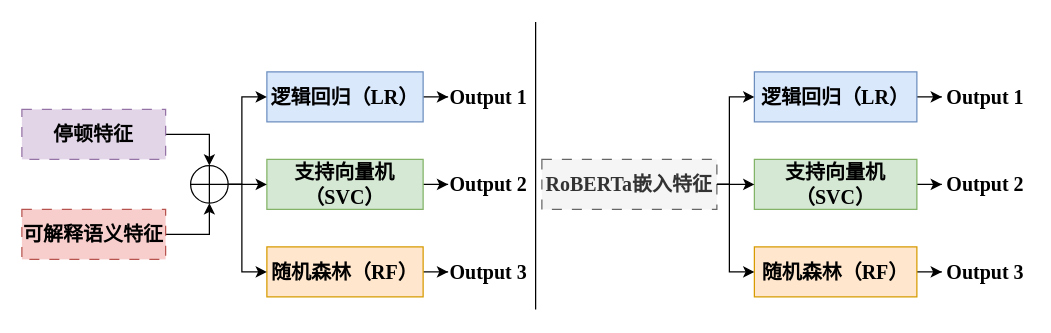
Gray-gl/Leetcode keeps this draw.io diagram as 机器学习模型.drawio. Above is the earlier version. Source tidied: cells renumbered, new cells numbered last; positions are measured from the earlier drawing's top-left corner, leaving out a move shared by most shapes. Both pictures are drawn from the tidied source at 125%, with x=0, y=0 at pixel (21, 21).
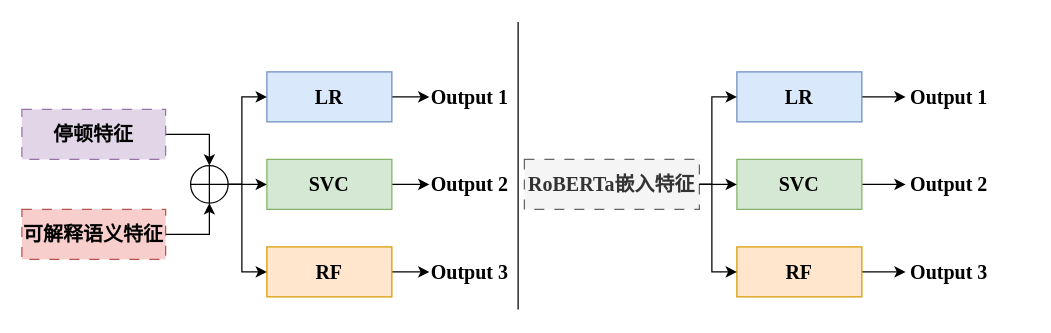
The same page after the edit.

Commit message:
更新机器学习模型.drawio

What changed in the source:
```diff
@@
-    <mxCell id="3" value="逻辑回归（LR）" style="rounded=0;whiteSpace=wrap;html=1;fontFamily=Times New Roman;fillColor=#dae8fc;strokeColor=#6c8ebf;fontStyle=1;fontSize=16;" parent="1" vertex="1">
-      <mxGeometry x="196" y="40" width="125" height="40" as="geometry" />
+    <mxCell id="3" value="LR" style="rounded=0;whiteSpace=wrap;html=1;fontFamily=Times New Roman;fillColor=#dae8fc;strokeColor=#6c8ebf;fontStyle=1;fontSize=16;" parent="1" vertex="1">
+      <mxGeometry x="196" y="40" width="100" height="40" as="geometry" />
     </mxCell>
@@
-    <mxCell id="5" value="支持向量机（SVC）" style="rounded=0;whiteSpace=wrap;html=1;fontFamily=Times New Roman;fillColor=#d5e8d4;strokeColor=#82b366;fontStyle=1;fontSize=16;" parent="1" vertex="1">
-      <mxGeometry x="196" y="110" width="125" height="40" as="geometry" />
+    <mxCell id="5" value="SVC" style="rounded=0;whiteSpace=wrap;html=1;fontFamily=Times New Roman;fillColor=#d5e8d4;strokeColor=#82b366;fontStyle=1;fontSize=16;" parent="1" vertex="1">
+      <mxGeometry x="196" y="110" width="100" height="40" as="geometry" />
     </mxCell>
@@
-    <mxCell id="7" value="随机森林（RF）" style="rounded=0;whiteSpace=wrap;html=1;fontFamily=Times New Roman;fillColor=#ffe6cc;strokeColor=#d79b00;fontStyle=1;fontSize=16;" parent="1" vertex="1">
-      <mxGeometry x="196" y="180" width="125" height="40" as="geometry" />
+    <mxCell id="7" value="RF" style="rounded=0;whiteSpace=wrap;html=1;fontFamily=Times New Roman;fillColor=#ffe6cc;strokeColor=#d79b00;fontStyle=1;fontSize=16;" parent="1" vertex="1">
+      <mxGeometry x="196" y="180" width="100" height="40" as="geometry" />
     </mxCell>
@@
-    <mxCell id="17" value="逻辑回归（LR）" style="rounded=0;whiteSpace=wrap;html=1;fontFamily=Times New Roman;fillColor=#dae8fc;strokeColor=#6c8ebf;fontStyle=1;fontSize=16;" parent="1" vertex="1">
-      <mxGeometry x="586" y="40" width="130" height="40" as="geometry" />
+    <mxCell id="17" value="LR" style="rounded=0;whiteSpace=wrap;html=1;fontFamily=Times New Roman;fillColor=#dae8fc;strokeColor=#6c8ebf;fontStyle=1;fontSize=16;" parent="1" vertex="1">
+      <mxGeometry x="572" y="40" width="100" height="40" as="geometry" />
     </mxCell>
@@
-    <mxCell id="19" value="支持向量机（SVC）" style="rounded=0;whiteSpace=wrap;html=1;fontFamily=Times New Roman;fillColor=#d5e8d4;strokeColor=#82b366;fontStyle=1;fontSize=16;" parent="1" vertex="1">
-      <mxGeometry x="586" y="110" width="130" height="40" as="geometry" />
+    <mxCell id="19" value="SVC" style="rounded=0;whiteSpace=wrap;html=1;fontFamily=Times New Roman;fillColor=#d5e8d4;strokeColor=#82b366;fontStyle=1;fontSize=16;" parent="1" vertex="1">
+      <mxGeometry x="572" y="110" width="100" height="40" as="geometry" />
     </mxCell>
@@
-    <mxCell id="21" value="随机森林（RF）" style="rounded=0;whiteSpace=wrap;html=1;fontFamily=Times New Roman;fillColor=#ffe6cc;strokeColor=#d79b00;fontStyle=1;fontSize=16;" parent="1" vertex="1">
-      <mxGeometry x="586" y="180" width="130" height="40" as="geometry" />
+    <mxCell id="21" value="RF" style="rounded=0;whiteSpace=wrap;html=1;fontFamily=Times New Roman;fillColor=#ffe6cc;strokeColor=#d79b00;fontStyle=1;fontSize=16;" parent="1" vertex="1">
+      <mxGeometry x="572" y="180" width="100" height="40" as="geometry" />
     </mxCell>
     <mxCell id="22" value="RoBERTa嵌入特征" style="rounded=0;whiteSpace=wrap;html=1;dashed=1;dashPattern=8 8;fillColor=#f5f5f5;strokeColor=#666666;fontColor=#333333;fontStyle=1;fontFamily=Times New Roman;fontSize=16;" parent="1" vertex="1">
-      <mxGeometry x="416" y="110" width="140" height="40" as="geometry" />
+      <mxGeometry x="402" y="110" width="140" height="40" as="geometry" />
     </mxCell>
     <mxCell id="23" style="edgeStyle=orthogonalEdgeStyle;rounded=0;jettySize=auto;html=1;exitX=1;exitY=0.5;exitDx=0;exitDy=0;entryX=0;entryY=0.5;entryDx=0;entryDy=0;fontStyle=1;fontFamily=Times New Roman;fontSize=16;" parent="1" edge="1" target="17">
       <mxGeometry relative="1" as="geometry">
-        <mxPoint x="556" y="130" as="sourcePoint" />
+        <mxPoint x="542" y="130" as="sourcePoint" />
         <Array as="points">
-          <mxPoint x="566" y="130" />
-          <mxPoint x="566" y="60" />
+          <mxPoint x="552" y="130" />
+          <mxPoint x="552" y="60" />
         </Array>
       </mxGeometry>
     </mxCell>
     <mxCell id="24" style="edgeStyle=orthogonalEdgeStyle;rounded=0;jettySize=auto;html=1;exitX=1;exitY=0.5;exitDx=0;exitDy=0;entryX=0;entryY=0.5;entryDx=0;entryDy=0;fontStyle=1;fontFamily=Times New Roman;fontSize=16;" parent="1" edge="1" target="19">
       <mxGeometry relative="1" as="geometry">
-        <mxPoint x="556" y="130" as="sourcePoint" />
+        <mxPoint x="542" y="130" as="sourcePoint" />
       </mxGeometry>
     </mxCell>
     <mxCell id="25" style="edgeStyle=orthogonalEdgeStyle;rounded=0;jettySize=auto;html=1;exitX=1;exitY=0.5;exitDx=0;exitDy=0;entryX=0;entryY=0.5;entryDx=0;entryDy=0;fontStyle=1;fontFamily=Times New Roman;fontSize=16;" parent="1" edge="1" source="22" target="21">
       <mxGeometry relative="1" as="geometry">
         <Array as="points">
-          <mxPoint x="566" y="130" />
-          <mxPoint x="566" y="200" />
+          <mxPoint x="552" y="130" />
+          <mxPoint x="552" y="200" />
         </Array>
       </mxGeometry>
     </mxCell>
     <mxCell id="26" value="Output 1" style="text;html=1;align=center;verticalAlign=middle;whiteSpace=wrap;rounded=0;fontStyle=1;fontFamily=Times New Roman;fontSize=16;" parent="1" vertex="1">
-      <mxGeometry x="341" y="45" width="65" height="30" as="geometry" />
+      <mxGeometry x="326" y="45" width="65" height="30" as="geometry" />
     </mxCell>
     <mxCell id="27" value="Output 2" style="text;html=1;align=center;verticalAlign=middle;whiteSpace=wrap;rounded=0;fontStyle=1;fontFamily=Times New Roman;fontSize=16;" parent="1" vertex="1">
-      <mxGeometry x="341" y="115" width="65" height="30" as="geometry" />
+      <mxGeometry x="326" y="115" width="65" height="30" as="geometry" />
     </mxCell>
     <mxCell id="28" value="Output 3" style="text;html=1;align=center;verticalAlign=middle;whiteSpace=wrap;rounded=0;fontStyle=1;fontFamily=Times New Roman;fontSize=16;" parent="1" vertex="1">
-      <mxGeometry x="341" y="185" width="65" height="30" as="geometry" />
+      <mxGeometry x="326" y="185" width="65" height="30" as="geometry" />
     </mxCell>
     <mxCell id="29" value="Output 1" style="text;html=1;align=center;verticalAlign=middle;whiteSpace=wrap;rounded=0;fontStyle=1;fontFamily=Times New Roman;fontSize=16;" parent="1" vertex="1">
-      <mxGeometry x="736" y="45" width="70" height="30" as="geometry" />
+      <mxGeometry x="707" y="45" width="70" height="30" as="geometry" />
     </mxCell>
     <mxCell id="30" value="Output 2" style="text;html=1;align=center;verticalAlign=middle;whiteSpace=wrap;rounded=0;fontStyle=1;fontFamily=Times New Roman;fontSize=16;" parent="1" vertex="1">
-      <mxGeometry x="736" y="115" width="70" height="30" as="geometry" />
+      <mxGeometry x="707" y="115" width="70" height="30" as="geometry" />
     </mxCell>
     <mxCell id="31" value="Output 3" style="text;html=1;align=center;verticalAlign=middle;whiteSpace=wrap;rounded=0;fontStyle=1;fontFamily=Times New Roman;fontSize=16;" parent="1" vertex="1">
-      <mxGeometry x="736" y="185" width="70" height="30" as="geometry" />
+      <mxGeometry x="707" y="185" width="70" height="30" as="geometry" />
     </mxCell>
     <mxCell id="32" style="endArrow=none;html=1;rounded=0;fontStyle=1;fontFamily=Times New Roman;fontSize=16;" parent="1" edge="1">
       <mxGeometry relative="1" as="geometry">
-        <mxPoint x="411" y="230" as="sourcePoint" />
-        <mxPoint x="411" as="targetPoint" />
+        <mxPoint x="397" y="230" as="sourcePoint" />
+        <mxPoint x="397" as="targetPoint" />
       </mxGeometry>
     </mxCell>
```
